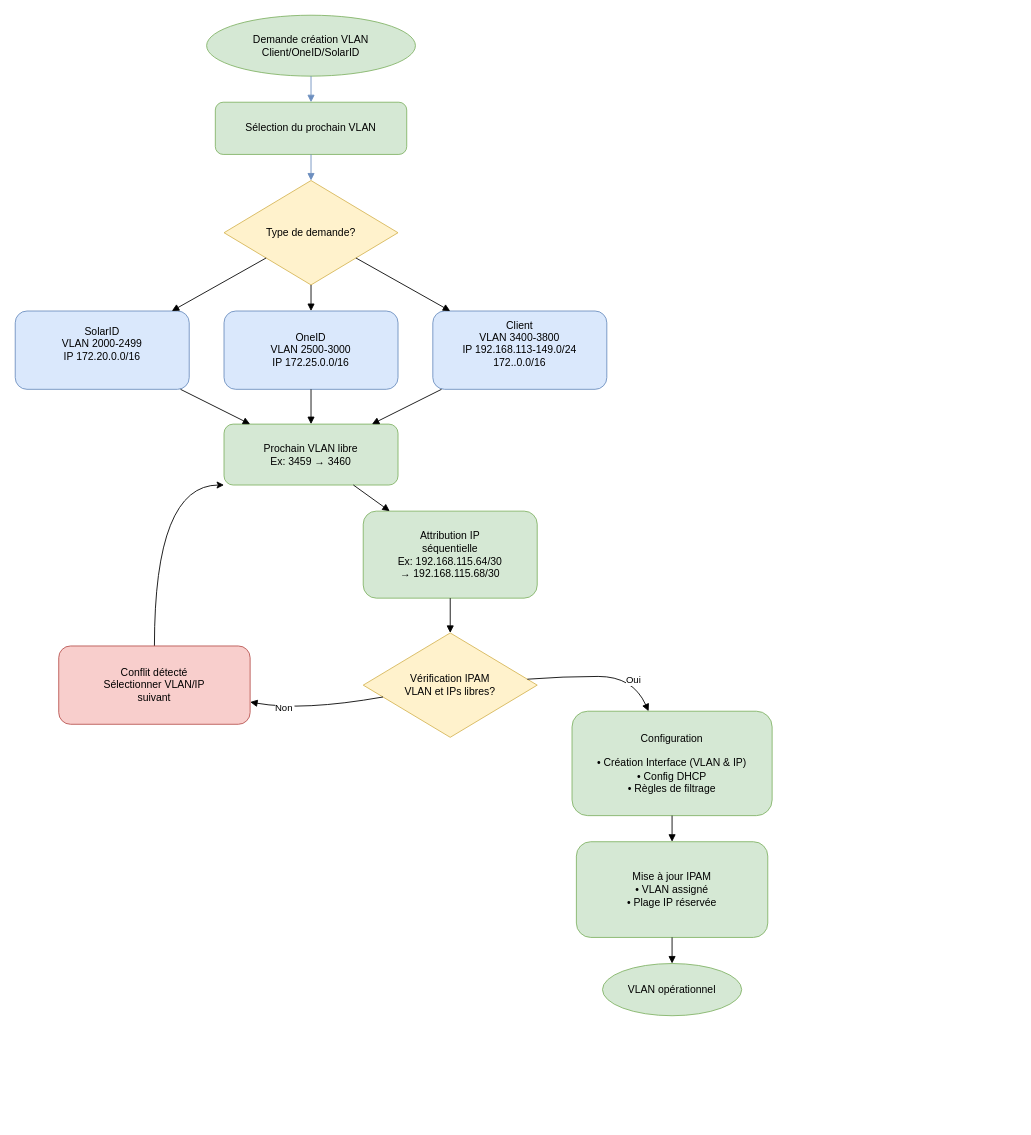
titiuv24/diagrammes keeps this draw.io diagram as Diagrammes_création_vlan.drawio. Above is the earlier version. Source tidied: cells renumbered, new cells numbered last; positions are measured from the earlier drawing's top-left corner, leaving out a move shared by most shapes. Both pictures are drawn from the tidied source at 87%, with x=0, y=0 at pixel (15, 15).
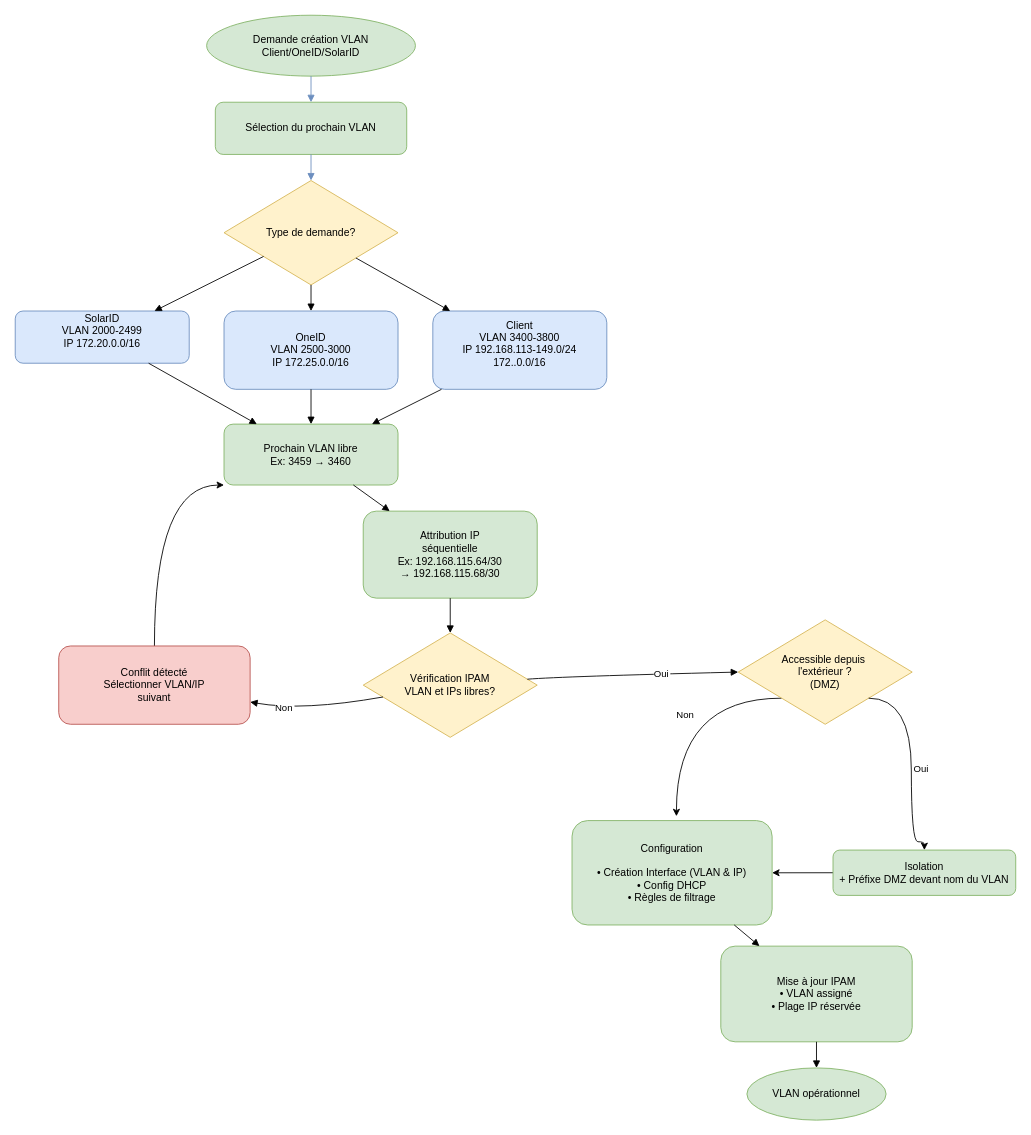
Above is the later version.

Commit message:
Mettre à jour Diagrammes_création_vlan.drawio

The change refers to these unchanged cells:
```xml
<mxCell id="19" value="Vérification IPAM&#10;VLAN et IPs libres?" style="rhombus;whiteSpace=wrap;html=1;fillColor=#fff2cc;strokeColor=#d6b656;" parent="1" vertex="1">
  <mxGeometry x="400" y="710" width="200" height="120" as="geometry" />
</mxCell>
```

What changed in the source:
```diff
@@
     <mxCell id="7" value="SolarID&lt;br&gt;&lt;div&gt;VLAN 2000-2499&lt;/div&gt;IP 172.20.0.0/16&lt;div&gt;&lt;br/&gt;&lt;/div&gt;" style="rounded=1;whiteSpace=wrap;html=1;fillColor=#dae8fc;strokeColor=#6c8ebf;" parent="1" vertex="1">
-      <mxGeometry y="340" width="200" height="90" as="geometry" />
+      <mxGeometry y="340" width="200" height="60" as="geometry" />
     </mxCell>
@@
     <mxCell id="25" value="Configuration&lt;br&gt;&lt;br&gt;• Création Interface (VLAN &amp;amp; IP)&lt;br&gt;• Config DHCP&lt;br&gt;• Règles de filtrage" style="rounded=1;whiteSpace=wrap;html=1;fillColor=#d5e8d4;strokeColor=#82b366;" parent="1" vertex="1">
-      <mxGeometry x="640" y="800" width="230" height="120" as="geometry" />
+      <mxGeometry x="640" y="925.7" width="230" height="120" as="geometry" />
     </mxCell>
-    <mxCell id="26" style="endArrow=block;html=1;rounded=0;curved=1;" parent="1" edge="1" source="19" target="25">
+    <mxCell id="26" style="endArrow=block;html=1;rounded=0;curved=1;entryX=0;entryY=0.5;entryDx=0;entryDy=0;" parent="1" edge="1" source="19" target="34">
       <mxGeometry relative="1" as="geometry">
         <Array as="points">
           <mxPoint x="630" y="760" />
-          <mxPoint x="710" y="760" />
         </Array>
       </mxGeometry>
     </mxCell>
     <mxCell id="27" value="Oui" style="edgeLabel;align=center;verticalAlign=middle;labelBackgroundColor=#ffffff;" parent="26" vertex="1">
-      <mxGeometry x="0.5" y="-0.6" relative="1" as="geometry" />
+      <mxGeometry x="0.5" y="-0.6" relative="1" as="geometry">
+        <mxPoint x="-28" y="-1" as="offset" />
+      </mxGeometry>
     </mxCell>
     <mxCell id="28" value="Mise à jour IPAM&lt;br&gt;• VLAN assigné&lt;br&gt;• Plage IP réservée" style="rounded=1;whiteSpace=wrap;html=1;fillColor=#d5e8d4;strokeColor=#82b366;" parent="1" vertex="1">
-      <mxGeometry x="645" y="950" width="220" height="110" as="geometry" />
+      <mxGeometry x="811" y="1070" width="220" height="110" as="geometry" />
     </mxCell>
@@
     <mxCell id="30" value="VLAN opérationnel" style="ellipse;whiteSpace=wrap;html=1;fillColor=#d5e8d4;strokeColor=#82b366;" parent="1" vertex="1">
-      <mxGeometry x="675" y="1090" width="160" height="60" as="geometry" />
+      <mxGeometry x="841" y="1210" width="160" height="60" as="geometry" />
     </mxCell>
@@
+    <mxCell id="32" style="edgeStyle=orthogonalEdgeStyle;rounded=0;jettySize=auto;html=1;exitX=0;exitY=1;exitDx=0;exitDy=0;entryX=0.5;entryY=0;entryDx=0;entryDy=0;curved=1;" parent="1" edge="1" source="34">
+      <mxGeometry relative="1" as="geometry">
+        <mxPoint x="760" y="920.7" as="targetPoint" />
+        <Array as="points">
+          <mxPoint x="760" y="785" />
+        </Array>
+      </mxGeometry>
+    </mxCell>
+    <mxCell id="33" value="Non" style="edgeLabel;html=1;align=center;verticalAlign=middle;" parent="32" vertex="1">
+      <mxGeometry x="0.08" y="9" relative="1" as="geometry" />
+    </mxCell>
+    <mxCell id="34" value="&lt;div&gt;Accessible depuis&amp;nbsp;&lt;/div&gt;&lt;div&gt;l'extérieur ?&lt;/div&gt;&lt;div&gt;(DMZ)&lt;/div&gt;" style="rhombus;whiteSpace=wrap;html=1;fillColor=#fff2cc;strokeColor=#d6b656;" parent="1" vertex="1">
+      <mxGeometry x="831" y="695" width="200" height="120" as="geometry" />
+    </mxCell>
+    <mxCell id="35" style="edgeStyle=orthogonalEdgeStyle;rounded=0;jettySize=auto;html=1;exitX=0;exitY=0.5;exitDx=0;exitDy=0;entryX=1;entryY=0.5;entryDx=0;entryDy=0;" parent="1" edge="1" source="36" target="25">
+      <mxGeometry relative="1" as="geometry" />
+    </mxCell>
+    <mxCell id="36" value="&lt;div&gt;Isolation&lt;/div&gt;&lt;div&gt;+ Préfixe DMZ devant nom du VLAN&lt;/div&gt;" style="rounded=1;whiteSpace=wrap;html=1;fillColor=#d5e8d4;strokeColor=#82b366;" parent="1" vertex="1">
+      <mxGeometry x="940" y="959.6" width="210" height="52.1" as="geometry" />
+    </mxCell>
+    <mxCell id="37" style="edgeStyle=orthogonalEdgeStyle;rounded=0;jettySize=auto;html=1;exitX=1;exitY=1;exitDx=0;exitDy=0;entryX=0.5;entryY=0;entryDx=0;entryDy=0;curved=1;" parent="1" edge="1" source="34" target="36">
+      <mxGeometry relative="1" as="geometry">
+        <Array as="points">
+          <mxPoint x="1030" y="785" />
+          <mxPoint x="1030" y="950" />
+          <mxPoint x="1045" y="950" />
+        </Array>
+      </mxGeometry>
+    </mxCell>
+    <mxCell id="38" value="Oui" style="edgeLabel;html=1;align=center;verticalAlign=middle;" parent="37" vertex="1">
+      <mxGeometry x="0.08" y="9" relative="1" as="geometry">
+        <mxPoint x="1" as="offset" />
+      </mxGeometry>
+    </mxCell>
```
